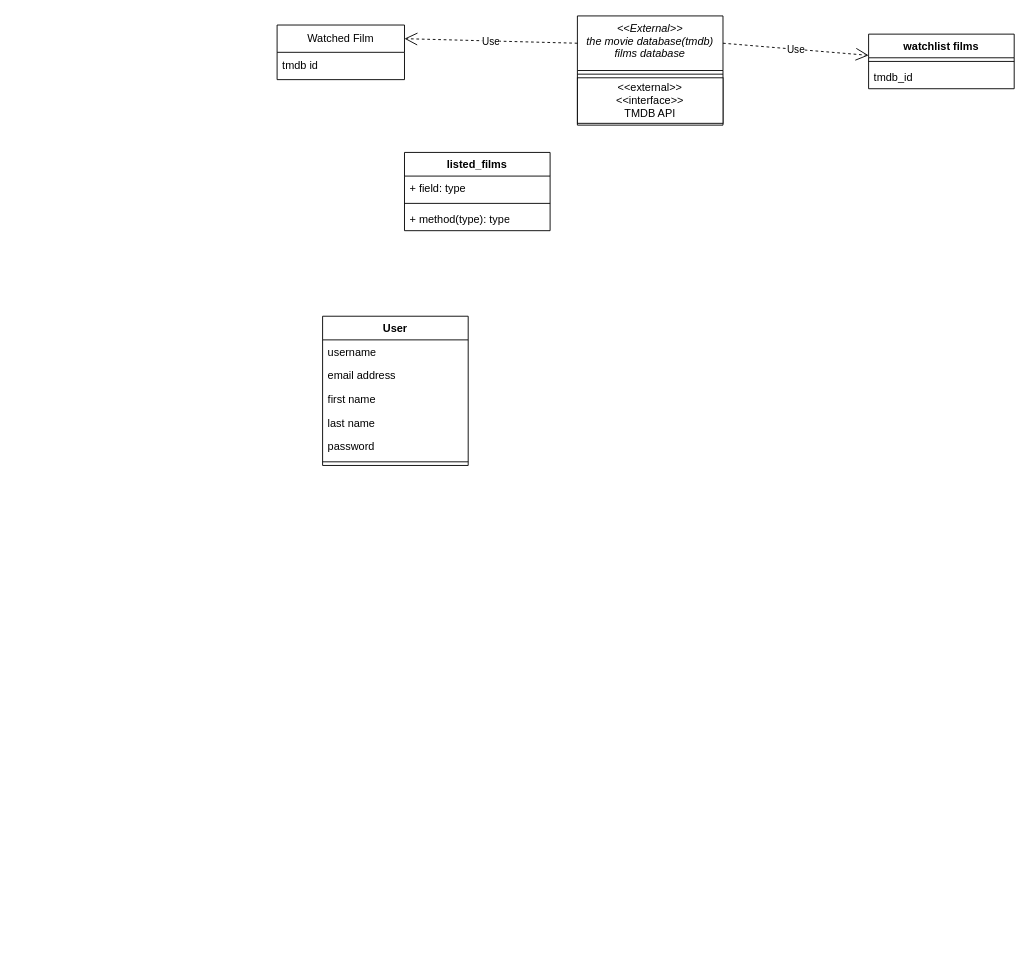
Before: Untitled Diagram.drawio in harshaldotcpp/utilities_script, a draw.io diagram. Source tidied: cells renumbered, new cells numbered last; positions are measured from the earlier drawing's top-left corner, leaving out a move shared by most shapes. Both pictures are drawn from the tidied source at 91%, with x=0, y=0 at pixel (277, 15).
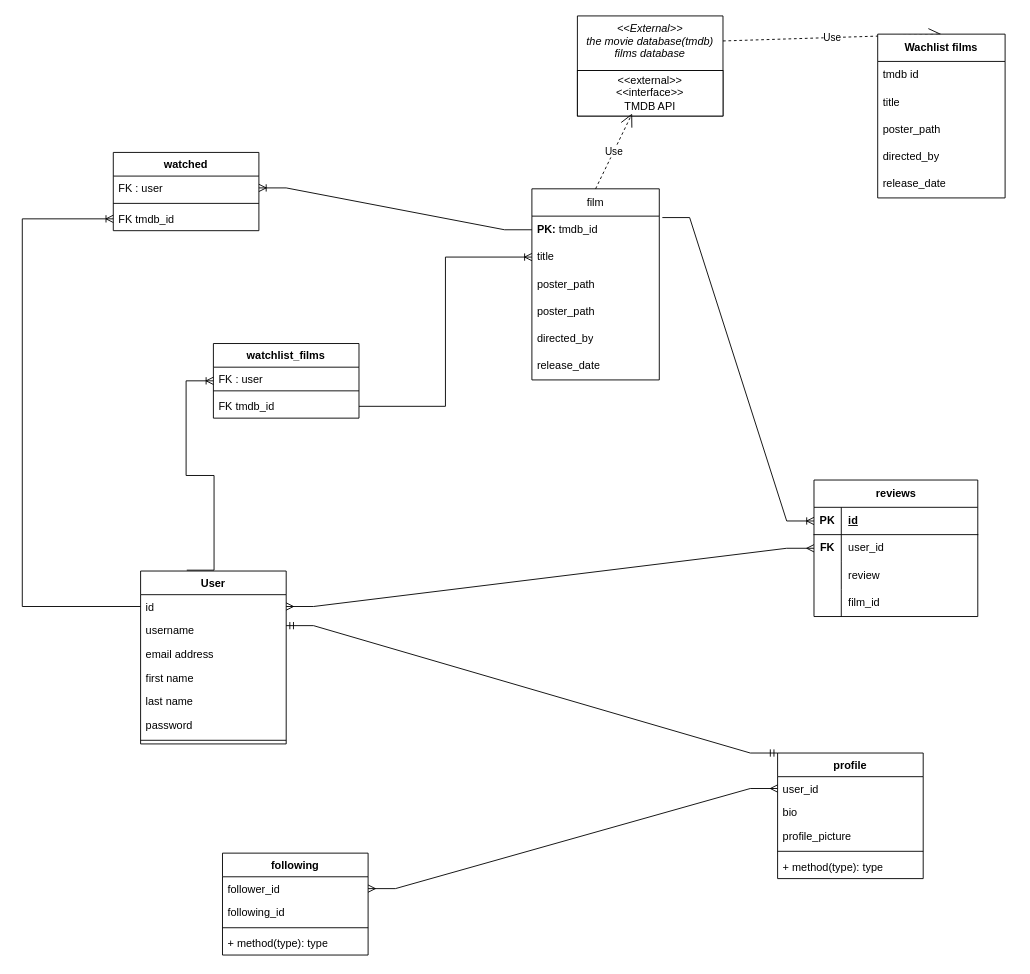
Above is the later version.

Change to the diagram source:
```diff
@@
     <mxCell id="2" value="&lt;&lt;External&gt;&gt;&#10;the movie database(tmdb)&#10;films database" style="swimlane;fontStyle=2;align=center;verticalAlign=top;horizontal=1;startSize=60;rounded=0;shadow=0;strokeWidth=1;" parent="1" vertex="1">
-      <mxGeometry x="330" width="160" height="120" as="geometry" />
+      <mxGeometry x="330" width="160" height="110" as="geometry" />
     </mxCell>
-    <mxCell id="3" style="line;html=1;strokeWidth=1;align=left;verticalAlign=middle;spacingTop=-1;spacingLeft=3;spacingRight=3;labelPosition=right;" parent="2" vertex="1">
-      <mxGeometry y="60" width="160" height="8" as="geometry" />
-    </mxCell>
     <mxCell id="4" value="&amp;lt;&amp;lt;external&amp;gt;&amp;gt;&lt;br&gt;&amp;lt;&amp;lt;interface&amp;gt;&amp;gt;&lt;br&gt;TMDB API" style="html=1;whiteSpace=wrap;" parent="2" vertex="1">
-      <mxGeometry y="68" width="160" height="50" as="geometry" />
+      <mxGeometry y="60" width="160" height="50" as="geometry" />
     </mxCell>
-    <mxCell id="5" value="Watched Film" style="swimlane;fontStyle=0;horizontal=1;startSize=30;whiteSpace=wrap;html=1;" parent="1" vertex="1">
-      <mxGeometry y="10" width="140" height="60" as="geometry" />
+    <mxCell id="5" value="film" style="swimlane;fontStyle=0;horizontal=1;startSize=30;whiteSpace=wrap;html=1;" parent="1" vertex="1">
+      <mxGeometry x="280" y="190" width="140" height="210" as="geometry" />
     </mxCell>
-    <mxCell id="6" value="tmdb id" style="text;strokeColor=none;fillColor=none;align=left;verticalAlign=middle;spacingLeft=4;spacingRight=4;overflow=hidden;points=[[0,0.5],[1,0.5]];portConstraint=eastwest;whiteSpace=wrap;html=1;" parent="5" vertex="1">
+    <mxCell id="6" value="PK: &lt;span style=&quot;font-weight: normal;&quot;&gt;tmdb_id&lt;/span&gt;" style="text;strokeColor=none;fillColor=none;align=left;verticalAlign=middle;spacingLeft=4;spacingRight=4;overflow=hidden;points=[[0,0.5],[1,0.5]];portConstraint=eastwest;whiteSpace=wrap;html=1;fontStyle=1;" parent="5" vertex="1">
       <mxGeometry y="30" width="140" height="30" as="geometry" />
     </mxCell>
-    <mxCell id="7" value="watchlist films" style="swimlane;fontStyle=1;align=center;verticalAlign=top;horizontal=1;startSize=26;whiteSpace=wrap;html=1;" parent="1" vertex="1">
-      <mxGeometry x="650" y="20" width="160" height="60" as="geometry" />
-    </mxCell>
-    <mxCell id="8" style="line;strokeWidth=1;fillColor=none;align=left;verticalAlign=middle;spacingTop=-1;spacingLeft=3;spacingRight=3;labelPosition=right;strokeColor=inherit;" parent="7" vertex="1">
-      <mxGeometry y="26" width="160" height="8" as="geometry" />
-    </mxCell>
-    <mxCell id="9" value="tmdb_id" style="text;strokeColor=none;fillColor=none;align=left;verticalAlign=top;spacingLeft=4;spacingRight=4;overflow=hidden;whiteSpace=wrap;html=1;" parent="7" vertex="1">
-      <mxGeometry y="34" width="160" height="26" as="geometry" />
-    </mxCell>
-    <mxCell id="10" value="Use" style="endArrow=open;endSize=12;dashed=1;html=1;rounded=0;entryX=1;entryY=0.25;entryDx=0;entryDy=0;exitX=0;exitY=0.25;exitDx=0;exitDy=0;" parent="1" edge="1" source="2" target="5">
-      <mxGeometry relative="1" as="geometry" />
-    </mxCell>
+    <mxCell id="23" value="title" style="text;strokeColor=none;fillColor=none;align=left;verticalAlign=middle;spacingLeft=4;spacingRight=4;overflow=hidden;points=[[0,0.5],[1,0.5]];portConstraint=eastwest;whiteSpace=wrap;html=1;" parent="5" vertex="1">
+      <mxGeometry y="60" width="140" height="30" as="geometry" />
+    </mxCell>
+    <mxCell id="24" value="poster_path" style="text;strokeColor=none;fillColor=none;align=left;verticalAlign=middle;spacingLeft=4;spacingRight=4;overflow=hidden;whiteSpace=wrap;html=1;" parent="5" vertex="1">
+      <mxGeometry y="90" width="140" height="30" as="geometry" />
+    </mxCell>
+    <mxCell id="25" value="poster_path" style="text;strokeColor=none;fillColor=none;align=left;verticalAlign=middle;spacingLeft=4;spacingRight=4;overflow=hidden;whiteSpace=wrap;html=1;" parent="5" vertex="1">
+      <mxGeometry y="120" width="140" height="30" as="geometry" />
+    </mxCell>
+    <mxCell id="26" value="directed_by" style="text;strokeColor=none;fillColor=none;align=left;verticalAlign=middle;spacingLeft=4;spacingRight=4;overflow=hidden;whiteSpace=wrap;html=1;" parent="5" vertex="1">
+      <mxGeometry y="150" width="140" height="30" as="geometry" />
+    </mxCell>
+    <mxCell id="27" value="release_date" style="text;strokeColor=none;fillColor=none;align=left;verticalAlign=middle;spacingLeft=4;spacingRight=4;overflow=hidden;whiteSpace=wrap;html=1;" parent="5" vertex="1">
+      <mxGeometry y="180" width="140" height="30" as="geometry" />
+    </mxCell>
-    <mxCell id="11" value="Use" style="endArrow=open;endSize=12;dashed=1;html=1;rounded=0;exitX=1;exitY=0.25;exitDx=0;exitDy=0;" parent="1" edge="1" source="2" target="7">
+    <mxCell id="11" value="Use" style="endArrow=open;endSize=12;dashed=1;html=1;rounded=0;exitX=1;exitY=0.25;exitDx=0;exitDy=0;entryX=0.5;entryY=0;entryDx=0;entryDy=0;" parent="1" edge="1" source="2" target="35">
       <mxGeometry relative="1" as="geometry" />
     </mxCell>
-    <mxCell id="12" value="listed_films" style="swimlane;fontStyle=1;align=center;verticalAlign=top;horizontal=1;startSize=26;whiteSpace=wrap;html=1;" parent="1" vertex="1">
-      <mxGeometry x="140" y="150" width="160" height="86" as="geometry" />
-    </mxCell>
-    <mxCell id="13" value="+ field: type" style="text;strokeColor=none;fillColor=none;align=left;verticalAlign=top;spacingLeft=4;spacingRight=4;overflow=hidden;whiteSpace=wrap;html=1;" parent="12" vertex="1">
-      <mxGeometry y="26" width="160" height="26" as="geometry" />
-    </mxCell>
-    <mxCell id="14" style="line;strokeWidth=1;fillColor=none;align=left;verticalAlign=middle;spacingTop=-1;spacingLeft=3;spacingRight=3;labelPosition=right;strokeColor=inherit;" parent="12" vertex="1">
-      <mxGeometry y="52" width="160" height="8" as="geometry" />
-    </mxCell>
-    <mxCell id="15" value="+ method(type): type" style="text;strokeColor=none;fillColor=none;align=left;verticalAlign=top;spacingLeft=4;spacingRight=4;overflow=hidden;whiteSpace=wrap;html=1;" parent="12" vertex="1">
-      <mxGeometry y="60" width="160" height="26" as="geometry" />
-    </mxCell>
     <mxCell id="16" value="User" style="swimlane;fontStyle=1;align=center;verticalAlign=top;horizontal=1;startSize=26;whiteSpace=wrap;html=1;" parent="1" vertex="1">
-      <mxGeometry x="50" y="330" width="160" height="164" as="geometry" />
+      <mxGeometry x="-150" y="610" width="160" height="190" as="geometry" />
     </mxCell>
-    <mxCell id="17" value="username" style="text;strokeColor=none;fillColor=none;align=left;verticalAlign=top;spacingLeft=4;spacingRight=4;overflow=hidden;points=[[0,0.5],[1,0.5]];portConstraint=eastwest;whiteSpace=wrap;html=1;" parent="16" vertex="1">
+    <mxCell id="17" value="id" style="text;strokeColor=none;fillColor=none;align=left;verticalAlign=top;spacingLeft=4;spacingRight=4;overflow=hidden;points=[[0,0.5],[1,0.5]];portConstraint=eastwest;whiteSpace=wrap;html=1;" parent="16" vertex="1">
       <mxGeometry y="26" width="160" height="26" as="geometry" />
     </mxCell>
+    <mxCell id="28" value="username" style="text;strokeColor=none;fillColor=none;align=left;verticalAlign=top;spacingLeft=4;spacingRight=4;overflow=hidden;points=[[0,0.5],[1,0.5]];portConstraint=eastwest;whiteSpace=wrap;html=1;" parent="16" vertex="1">
+      <mxGeometry y="52" width="160" height="26" as="geometry" />
+    </mxCell>
     <mxCell id="18" value="email address" style="text;strokeColor=none;fillColor=none;align=left;verticalAlign=top;spacingLeft=4;spacingRight=4;overflow=hidden;whiteSpace=wrap;html=1;" parent="16" vertex="1">
-      <mxGeometry y="52" width="160" height="26" as="geometry" />
+      <mxGeometry y="78" width="160" height="26" as="geometry" />
     </mxCell>
     <mxCell id="19" value="first name" style="text;strokeColor=none;fillColor=none;align=left;verticalAlign=top;spacingLeft=4;spacingRight=4;overflow=hidden;whiteSpace=wrap;html=1;" parent="16" vertex="1">
-      <mxGeometry y="78" width="160" height="26" as="geometry" />
+      <mxGeometry y="104" width="160" height="26" as="geometry" />
     </mxCell>
     <mxCell id="20" value="last name" style="text;strokeColor=none;fillColor=none;align=left;verticalAlign=top;spacingLeft=4;spacingRight=4;overflow=hidden;whiteSpace=wrap;html=1;" parent="16" vertex="1">
-      <mxGeometry y="104" width="160" height="26" as="geometry" />
+      <mxGeometry y="130" width="160" height="26" as="geometry" />
     </mxCell>
     <mxCell id="21" value="password" style="text;strokeColor=none;fillColor=none;align=left;verticalAlign=top;spacingLeft=4;spacingRight=4;overflow=hidden;whiteSpace=wrap;html=1;" parent="16" vertex="1">
-      <mxGeometry y="130" width="160" height="26" as="geometry" />
+      <mxGeometry y="156" width="160" height="26" as="geometry" />
     </mxCell>
     <mxCell id="22" style="line;strokeWidth=1;fillColor=none;align=left;verticalAlign=middle;spacingTop=-1;spacingLeft=3;spacingRight=3;labelPosition=right;strokeColor=inherit;" parent="16" vertex="1">
-      <mxGeometry y="156" width="160" height="8" as="geometry" />
+      <mxGeometry y="182" width="160" height="8" as="geometry" />
     </mxCell>
+    <mxCell id="29" value="profile" style="swimlane;fontStyle=1;align=center;verticalAlign=top;horizontal=1;startSize=26;whiteSpace=wrap;html=1;" parent="1" vertex="1">
+      <mxGeometry x="550" y="810" width="160" height="138" as="geometry" />
+    </mxCell>
+    <mxCell id="30" value="user_id" style="text;strokeColor=none;fillColor=none;align=left;verticalAlign=top;spacingLeft=4;spacingRight=4;overflow=hidden;points=[[0,0.5],[1,0.5]];portConstraint=eastwest;whiteSpace=wrap;html=1;" parent="29" vertex="1">
+      <mxGeometry y="26" width="160" height="26" as="geometry" />
+    </mxCell>
+    <mxCell id="31" value="bio" style="text;strokeColor=none;fillColor=none;align=left;verticalAlign=top;spacingLeft=4;spacingRight=4;overflow=hidden;whiteSpace=wrap;html=1;" parent="29" vertex="1">
+      <mxGeometry y="52" width="160" height="26" as="geometry" />
+    </mxCell>
+    <mxCell id="32" value="profile_picture" style="text;strokeColor=none;fillColor=none;align=left;verticalAlign=top;spacingLeft=4;spacingRight=4;overflow=hidden;whiteSpace=wrap;html=1;" parent="29" vertex="1">
+      <mxGeometry y="78" width="160" height="26" as="geometry" />
+    </mxCell>
+    <mxCell id="33" style="line;strokeWidth=1;fillColor=none;align=left;verticalAlign=middle;spacingTop=-1;spacingLeft=3;spacingRight=3;labelPosition=right;strokeColor=inherit;" parent="29" vertex="1">
+      <mxGeometry y="104" width="160" height="8" as="geometry" />
+    </mxCell>
+    <mxCell id="34" value="+ method(type): type" style="text;strokeColor=none;fillColor=none;align=left;verticalAlign=top;spacingLeft=4;spacingRight=4;overflow=hidden;whiteSpace=wrap;html=1;" parent="29" vertex="1">
+      <mxGeometry y="112" width="160" height="26" as="geometry" />
+    </mxCell>
+    <mxCell id="10" value="Use" style="endArrow=open;endSize=12;dashed=1;html=1;rounded=0;entryX=0.376;entryY=0.945;entryDx=0;entryDy=0;entryPerimeter=0;exitX=0.5;exitY=0;exitDx=0;exitDy=0;" parent="1" edge="1" source="5" target="4">
+      <mxGeometry relative="1" as="geometry" />
+    </mxCell>
+    <mxCell id="35" value="&lt;b&gt;Wachlist films&lt;/b&gt;" style="swimlane;fontStyle=0;horizontal=1;startSize=30;whiteSpace=wrap;html=1;" parent="1" vertex="1">
+      <mxGeometry x="660" y="20" width="140" height="180" as="geometry" />
+    </mxCell>
+    <mxCell id="36" value="tmdb id" style="text;strokeColor=none;fillColor=none;align=left;verticalAlign=middle;spacingLeft=4;spacingRight=4;overflow=hidden;whiteSpace=wrap;html=1;" parent="35" vertex="1">
+      <mxGeometry y="30" width="140" height="30" as="geometry" />
+    </mxCell>
+    <mxCell id="37" value="title" style="text;strokeColor=none;fillColor=none;align=left;verticalAlign=middle;spacingLeft=4;spacingRight=4;overflow=hidden;whiteSpace=wrap;html=1;" parent="35" vertex="1">
+      <mxGeometry y="60" width="140" height="30" as="geometry" />
+    </mxCell>
+    <mxCell id="38" value="poster_path" style="text;strokeColor=none;fillColor=none;align=left;verticalAlign=middle;spacingLeft=4;spacingRight=4;overflow=hidden;whiteSpace=wrap;html=1;" parent="35" vertex="1">
+      <mxGeometry y="90" width="140" height="30" as="geometry" />
+    </mxCell>
+    <mxCell id="39" value="directed_by" style="text;strokeColor=none;fillColor=none;align=left;verticalAlign=middle;spacingLeft=4;spacingRight=4;overflow=hidden;whiteSpace=wrap;html=1;" parent="35" vertex="1">
+      <mxGeometry y="120" width="140" height="30" as="geometry" />
+    </mxCell>
+    <mxCell id="40" value="release_date" style="text;strokeColor=none;fillColor=none;align=left;verticalAlign=middle;spacingLeft=4;spacingRight=4;overflow=hidden;whiteSpace=wrap;html=1;" parent="35" vertex="1">
+      <mxGeometry y="150" width="140" height="30" as="geometry" />
+    </mxCell>
+    <mxCell id="41" value="following" style="swimlane;fontStyle=1;align=center;verticalAlign=top;horizontal=1;startSize=26;whiteSpace=wrap;html=1;" parent="1" vertex="1">
+      <mxGeometry x="-60" y="920" width="160" height="112" as="geometry" />
+    </mxCell>
+    <mxCell id="42" value="follower_id" style="text;strokeColor=none;fillColor=none;align=left;verticalAlign=top;spacingLeft=4;spacingRight=4;overflow=hidden;points=[[0,0.5],[1,0.5]];portConstraint=eastwest;whiteSpace=wrap;html=1;" parent="41" vertex="1">
+      <mxGeometry y="26" width="160" height="26" as="geometry" />
+    </mxCell>
+    <mxCell id="43" value="following_id" style="text;strokeColor=none;fillColor=none;align=left;verticalAlign=top;spacingLeft=4;spacingRight=4;overflow=hidden;whiteSpace=wrap;html=1;" parent="41" vertex="1">
+      <mxGeometry y="52" width="160" height="26" as="geometry" />
+    </mxCell>
+    <mxCell id="44" style="line;strokeWidth=1;fillColor=none;align=left;verticalAlign=middle;spacingTop=-1;spacingLeft=3;spacingRight=3;labelPosition=right;strokeColor=inherit;" parent="41" vertex="1">
+      <mxGeometry y="78" width="160" height="8" as="geometry" />
+    </mxCell>
+    <mxCell id="45" value="+ method(type): type" style="text;strokeColor=none;fillColor=none;align=left;verticalAlign=top;spacingLeft=4;spacingRight=4;overflow=hidden;whiteSpace=wrap;html=1;" parent="41" vertex="1">
+      <mxGeometry y="86" width="160" height="26" as="geometry" />
+    </mxCell>
+    <mxCell id="46" style="edgeStyle=entityRelationEdgeStyle;fontSize=12;html=1;endArrow=ERmany;startArrow=ERmany;rounded=0;exitX=1;exitY=0.5;exitDx=0;exitDy=0;entryX=0;entryY=0.5;entryDx=0;entryDy=0;" parent="1" edge="1" source="42" target="30">
+      <mxGeometry relative="1" as="geometry" />
+    </mxCell>
+    <mxCell id="47" value="reviews" style="shape=table;startSize=30;childLayout=tableLayout;rowLines=0;fontStyle=1;align=center;html=1;" parent="1" vertex="1">
+      <mxGeometry x="590" y="510" width="180" height="150" as="geometry" />
+    </mxCell>
+    <mxCell id="48" style="shape=tableRow;horizontal=0;startSize=0;swimlaneHead=0;swimlaneBody=0;fillColor=none;points=[[0,0.5],[1,0.5]];portConstraint=eastwest;top=0;left=0;right=0;bottom=1;" parent="47" vertex="1">
+      <mxGeometry y="30" width="180" height="30" as="geometry" />
+    </mxCell>
+    <mxCell id="49" value="PK" style="shape=partialRectangle;fillColor=none;top=0;left=0;bottom=0;right=0;fontStyle=1;overflow=hidden;whiteSpace=wrap;html=1;" parent="48" vertex="1">
+      <mxGeometry width="30" height="30" as="geometry" />
+    </mxCell>
+    <mxCell id="50" value="id" style="shape=partialRectangle;fillColor=none;top=0;left=0;bottom=0;right=0;align=left;spacingLeft=6;fontStyle=5;overflow=hidden;whiteSpace=wrap;html=1;" parent="48" vertex="1">
+      <mxGeometry x="30" width="150" height="30" as="geometry" />
+    </mxCell>
+    <mxCell id="51" style="shape=tableRow;horizontal=0;startSize=0;swimlaneHead=0;swimlaneBody=0;fillColor=none;points=[[0,0.5],[1,0.5]];portConstraint=eastwest;top=0;left=0;right=0;bottom=0;" parent="47" vertex="1">
+      <mxGeometry y="60" width="180" height="30" as="geometry" />
+    </mxCell>
+    <mxCell id="52" value="&lt;b&gt;FK&lt;/b&gt;" style="shape=partialRectangle;fillColor=none;top=0;left=0;bottom=0;right=0;overflow=hidden;whiteSpace=wrap;html=1;" parent="51" vertex="1">
+      <mxGeometry width="30" height="30" as="geometry" />
+    </mxCell>
+    <mxCell id="53" value="user_id" style="shape=partialRectangle;fillColor=none;top=0;left=0;bottom=0;right=0;align=left;spacingLeft=6;overflow=hidden;whiteSpace=wrap;html=1;" parent="51" vertex="1">
+      <mxGeometry x="30" width="150" height="30" as="geometry" />
+    </mxCell>
+    <mxCell id="54" style="shape=tableRow;horizontal=0;startSize=0;swimlaneHead=0;swimlaneBody=0;fillColor=none;top=0;left=0;right=0;bottom=0;" parent="47" vertex="1">
+      <mxGeometry y="90" width="180" height="30" as="geometry" />
+    </mxCell>
+    <mxCell id="55" style="shape=partialRectangle;fillColor=none;top=0;left=0;bottom=0;right=0;overflow=hidden;whiteSpace=wrap;html=1;" parent="54" vertex="1">
+      <mxGeometry width="30" height="30" as="geometry" />
+    </mxCell>
+    <mxCell id="56" value="review" style="shape=partialRectangle;fillColor=none;top=0;left=0;bottom=0;right=0;align=left;spacingLeft=6;overflow=hidden;whiteSpace=wrap;html=1;" parent="54" vertex="1">
+      <mxGeometry x="30" width="150" height="30" as="geometry" />
+    </mxCell>
+    <mxCell id="57" style="shape=tableRow;horizontal=0;startSize=0;swimlaneHead=0;swimlaneBody=0;fillColor=none;top=0;left=0;right=0;bottom=0;" parent="47" vertex="1">
+      <mxGeometry y="120" width="180" height="30" as="geometry" />
+    </mxCell>
+    <mxCell id="58" style="shape=partialRectangle;fillColor=none;top=0;left=0;bottom=0;right=0;overflow=hidden;whiteSpace=wrap;html=1;fontStyle=1;" parent="57" vertex="1">
+      <mxGeometry width="30" height="30" as="geometry" />
+    </mxCell>
+    <mxCell id="59" value="film_id" style="shape=partialRectangle;fillColor=none;top=0;left=0;bottom=0;right=0;align=left;spacingLeft=6;overflow=hidden;whiteSpace=wrap;html=1;" parent="57" vertex="1">
+      <mxGeometry x="30" width="150" height="30" as="geometry" />
+    </mxCell>
+    <mxCell id="60" style="edgeStyle=entityRelationEdgeStyle;fontSize=12;html=1;endArrow=ERoneToMany;rounded=0;exitX=1.024;exitY=0.053;exitDx=0;exitDy=0;exitPerimeter=0;entryX=0;entryY=0.5;entryDx=0;entryDy=0;" parent="1" edge="1" source="6" target="48">
+      <mxGeometry relative="1" as="geometry" />
+    </mxCell>
+    <mxCell id="61" style="edgeStyle=entityRelationEdgeStyle;fontSize=12;html=1;endArrow=ERmany;startArrow=ERmany;rounded=0;entryX=0;entryY=0.5;entryDx=0;entryDy=0;exitX=1;exitY=0.5;exitDx=0;exitDy=0;" parent="1" edge="1" source="17" target="51">
+      <mxGeometry relative="1" as="geometry" />
+    </mxCell>
+    <mxCell id="62" value="watched" style="swimlane;fontStyle=1;align=center;verticalAlign=top;horizontal=1;startSize=26;whiteSpace=wrap;html=1;" parent="1" vertex="1">
+      <mxGeometry x="-180" y="150" width="160" height="86" as="geometry" />
+    </mxCell>
+    <mxCell id="63" value="FK : user&amp;nbsp;" style="text;strokeColor=none;fillColor=none;align=left;verticalAlign=top;spacingLeft=4;spacingRight=4;overflow=hidden;points=[[0,0.5],[1,0.5]];portConstraint=eastwest;whiteSpace=wrap;html=1;" parent="62" vertex="1">
+      <mxGeometry y="26" width="160" height="26" as="geometry" />
+    </mxCell>
+    <mxCell id="14" style="line;strokeWidth=1;fillColor=none;align=left;verticalAlign=middle;spacingTop=-1;spacingLeft=3;spacingRight=3;labelPosition=right;strokeColor=inherit;" parent="62" vertex="1">
+      <mxGeometry y="52" width="160" height="8" as="geometry" />
+    </mxCell>
+    <mxCell id="64" value="FK tmdb_id" style="text;strokeColor=none;fillColor=none;align=left;verticalAlign=top;spacingLeft=4;spacingRight=4;overflow=hidden;points=[[0,0.5],[1,0.5]];portConstraint=eastwest;whiteSpace=wrap;html=1;" parent="62" vertex="1">
+      <mxGeometry y="60" width="160" height="26" as="geometry" />
+    </mxCell>
+    <mxCell id="65" style="edgeStyle=entityRelationEdgeStyle;fontSize=12;html=1;endArrow=ERmandOne;startArrow=ERmandOne;rounded=0;entryX=0;entryY=0;entryDx=0;entryDy=0;exitX=1;exitY=0.308;exitDx=0;exitDy=0;exitPerimeter=0;" parent="1" edge="1" source="28" target="29">
+      <mxGeometry relative="1" as="geometry" />
+    </mxCell>
+    <mxCell id="66" style="edgeStyle=entityRelationEdgeStyle;fontSize=12;html=1;endArrow=ERoneToMany;rounded=0;exitX=0;exitY=0.5;exitDx=0;exitDy=0;entryX=1;entryY=0.5;entryDx=0;entryDy=0;" parent="1" edge="1" source="6" target="63">
+      <mxGeometry relative="1" as="geometry" />
+    </mxCell>
+    <mxCell id="67" style="edgeStyle=elbowEdgeStyle;fontSize=12;html=1;endArrow=ERoneToMany;rounded=0;exitX=0;exitY=0.5;exitDx=0;exitDy=0;entryX=0;entryY=0.5;entryDx=0;entryDy=0;" parent="1" edge="1" source="17" target="64">
+      <mxGeometry relative="1" as="geometry">
+        <Array as="points">
+          <mxPoint x="-280" y="330" />
+        </Array>
+      </mxGeometry>
+    </mxCell>
+    <mxCell id="68" value="watchlist_films" style="swimlane;fontStyle=1;align=center;verticalAlign=top;horizontal=1;startSize=26;whiteSpace=wrap;html=1;" parent="1" vertex="1">
+      <mxGeometry x="-70" y="360" width="160" height="82" as="geometry" />
+    </mxCell>
+    <mxCell id="69" value="FK : user&amp;nbsp;" style="text;strokeColor=none;fillColor=none;align=left;verticalAlign=top;spacingLeft=4;spacingRight=4;overflow=hidden;whiteSpace=wrap;html=1;" parent="68" vertex="1">
+      <mxGeometry y="26" width="160" height="22" as="geometry" />
+    </mxCell>
+    <mxCell id="70" style="line;strokeWidth=1;fillColor=none;align=left;verticalAlign=middle;spacingTop=-1;spacingLeft=3;spacingRight=3;labelPosition=right;strokeColor=inherit;" parent="68" vertex="1">
+      <mxGeometry y="48" width="160" height="8" as="geometry" />
+    </mxCell>
+    <mxCell id="71" value="FK tmdb_id" style="text;strokeColor=none;fillColor=none;align=left;verticalAlign=top;spacingLeft=4;spacingRight=4;overflow=hidden;points=[[0,0.5],[1,0.5]];portConstraint=eastwest;whiteSpace=wrap;html=1;" parent="68" vertex="1">
+      <mxGeometry y="56" width="160" height="26" as="geometry" />
+    </mxCell>
+    <mxCell id="72" style="edgeStyle=entityRelationEdgeStyle;fontSize=12;html=1;endArrow=ERoneToMany;rounded=0;entryX=0;entryY=0.5;entryDx=0;entryDy=0;exitX=0.317;exitY=-0.005;exitDx=0;exitDy=0;exitPerimeter=0;" parent="1" edge="1" source="16" target="68">
+      <mxGeometry relative="1" as="geometry" />
+    </mxCell>
+    <mxCell id="73" style="edgeStyle=elbowEdgeStyle;fontSize=12;html=1;endArrow=ERoneToMany;rounded=0;entryX=0;entryY=0.5;entryDx=0;entryDy=0;exitX=1;exitY=0.5;exitDx=0;exitDy=0;" parent="1" edge="1" source="71" target="23">
+      <mxGeometry relative="1" as="geometry" />
+    </mxCell>
```
